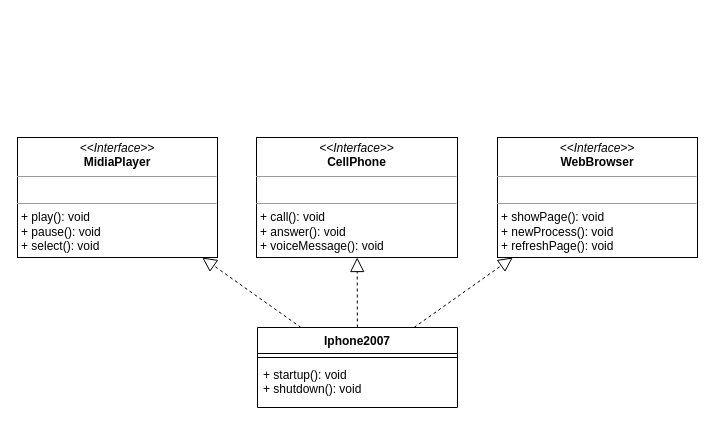
Earlier version of the draw.io diagram iphone2007.drawio (jribas-dev/UML-iphone2007). Source tidied: cells renumbered, new cells numbered last; positions are measured from the earlier drawing's top-left corner, leaving out a move shared by most shapes. Both pictures are drawn from the tidied source at 100%, with x=0, y=0 at pixel (17, 137).
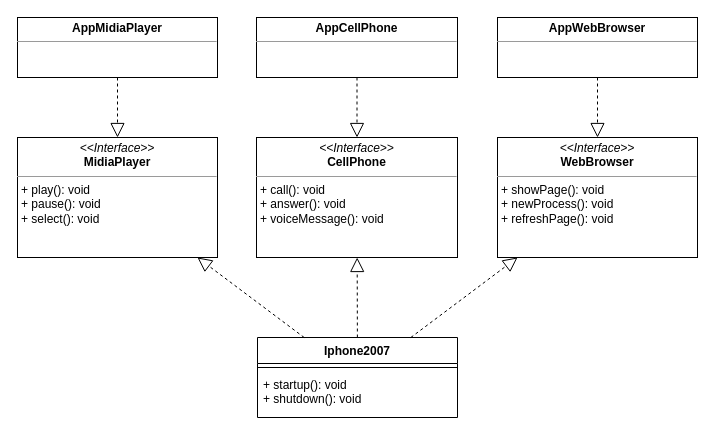
The same diagram, later.

Diff of the diagram source:
```diff
@@
 <mxGraphModel>
   <root>
     <mxCell id="0" />
     <mxCell id="1" parent="0" />
-    <mxCell id="2" value="&lt;p style=&quot;margin:0px;margin-top:4px;text-align:center;&quot;&gt;&lt;i&gt;&amp;lt;&amp;lt;Interface&amp;gt;&amp;gt;&lt;/i&gt;&lt;br&gt;&lt;b&gt;MidiaPlayer&lt;/b&gt;&lt;/p&gt;&lt;hr size=&quot;1&quot;&gt;&lt;p style=&quot;margin:0px;margin-left:4px;&quot;&gt;&lt;br&gt;&lt;/p&gt;&lt;hr size=&quot;1&quot;&gt;&lt;p style=&quot;margin:0px;margin-left:4px;&quot;&gt;+ play(): void&lt;br&gt;+ pause(): void&lt;/p&gt;&lt;p style=&quot;margin:0px;margin-left:4px;&quot;&gt;+ select(): void&lt;/p&gt;" style="verticalAlign=top;align=left;overflow=fill;fontSize=12;fontFamily=Helvetica;html=1;whiteSpace=wrap;" parent="1" vertex="1">
+    <mxCell id="2" value="&lt;p style=&quot;margin:0px;margin-top:4px;text-align:center;&quot;&gt;&lt;i&gt;&amp;lt;&amp;lt;Interface&amp;gt;&amp;gt;&lt;/i&gt;&lt;br&gt;&lt;b&gt;MidiaPlayer&lt;/b&gt;&lt;/p&gt;&lt;hr size=&quot;1&quot;&gt;&lt;p style=&quot;margin:0px;margin-left:4px;&quot;&gt;&lt;/p&gt;&lt;p style=&quot;margin:0px;margin-left:4px;&quot;&gt;+ play(): void&lt;br&gt;+ pause(): void&lt;/p&gt;&lt;p style=&quot;margin:0px;margin-left:4px;&quot;&gt;+ select(): void&lt;/p&gt;" style="verticalAlign=top;align=left;overflow=fill;fontSize=12;fontFamily=Helvetica;html=1;whiteSpace=wrap;" parent="1" vertex="1">
       <mxGeometry width="200" height="120" as="geometry" />
     </mxCell>
-    <mxCell id="3" value="&lt;p style=&quot;margin:0px;margin-top:4px;text-align:center;&quot;&gt;&lt;i&gt;&amp;lt;&amp;lt;Interface&amp;gt;&amp;gt;&lt;/i&gt;&lt;br&gt;&lt;b&gt;CellPhone&lt;/b&gt;&lt;/p&gt;&lt;hr size=&quot;1&quot;&gt;&lt;p style=&quot;margin:0px;margin-left:4px;&quot;&gt;&lt;br&gt;&lt;/p&gt;&lt;hr size=&quot;1&quot;&gt;&lt;p style=&quot;margin:0px;margin-left:4px;&quot;&gt;+ call(): void&lt;br&gt;+ answer(): void&lt;/p&gt;&lt;p style=&quot;margin:0px;margin-left:4px;&quot;&gt;+ voiceMessage(): void&lt;/p&gt;" style="verticalAlign=top;align=left;overflow=fill;fontSize=12;fontFamily=Helvetica;html=1;whiteSpace=wrap;" parent="1" vertex="1">
+    <mxCell id="3" value="&lt;p style=&quot;margin:0px;margin-top:4px;text-align:center;&quot;&gt;&lt;i&gt;&amp;lt;&amp;lt;Interface&amp;gt;&amp;gt;&lt;/i&gt;&lt;br&gt;&lt;b&gt;CellPhone&lt;/b&gt;&lt;/p&gt;&lt;hr size=&quot;1&quot;&gt;&lt;p style=&quot;margin:0px;margin-left:4px;&quot;&gt;&lt;/p&gt;&lt;p style=&quot;margin:0px;margin-left:4px;&quot;&gt;+ call(): void&lt;br&gt;+ answer(): void&lt;/p&gt;&lt;p style=&quot;margin:0px;margin-left:4px;&quot;&gt;+ voiceMessage(): void&lt;/p&gt;" style="verticalAlign=top;align=left;overflow=fill;fontSize=12;fontFamily=Helvetica;html=1;whiteSpace=wrap;" parent="1" vertex="1">
       <mxGeometry x="239" width="201" height="120" as="geometry" />
     </mxCell>
-    <mxCell id="4" value="&lt;p style=&quot;margin:0px;margin-top:4px;text-align:center;&quot;&gt;&lt;i&gt;&amp;lt;&amp;lt;Interface&amp;gt;&amp;gt;&lt;/i&gt;&lt;br&gt;&lt;b&gt;WebBrowser&lt;/b&gt;&lt;/p&gt;&lt;hr size=&quot;1&quot;&gt;&lt;p style=&quot;margin:0px;margin-left:4px;&quot;&gt;&lt;br&gt;&lt;/p&gt;&lt;hr size=&quot;1&quot;&gt;&lt;p style=&quot;margin:0px;margin-left:4px;&quot;&gt;+ showPage(): void&lt;br&gt;+ newProcess(): void&lt;/p&gt;&lt;p style=&quot;margin:0px;margin-left:4px;&quot;&gt;+ refreshPage(): void&lt;/p&gt;" style="verticalAlign=top;align=left;overflow=fill;fontSize=12;fontFamily=Helvetica;html=1;whiteSpace=wrap;" parent="1" vertex="1">
+    <mxCell id="4" value="&lt;p style=&quot;margin:0px;margin-top:4px;text-align:center;&quot;&gt;&lt;i&gt;&amp;lt;&amp;lt;Interface&amp;gt;&amp;gt;&lt;/i&gt;&lt;br&gt;&lt;b&gt;WebBrowser&lt;/b&gt;&lt;/p&gt;&lt;hr size=&quot;1&quot;&gt;&lt;p style=&quot;margin:0px;margin-left:4px;&quot;&gt;&lt;/p&gt;&lt;p style=&quot;margin:0px;margin-left:4px;&quot;&gt;+ showPage(): void&lt;br&gt;+ newProcess(): void&lt;/p&gt;&lt;p style=&quot;margin:0px;margin-left:4px;&quot;&gt;+ refreshPage(): void&lt;/p&gt;" style="verticalAlign=top;align=left;overflow=fill;fontSize=12;fontFamily=Helvetica;html=1;whiteSpace=wrap;" parent="1" vertex="1">
       <mxGeometry x="480" width="200" height="120" as="geometry" />
     </mxCell>
     <mxCell id="5" value="Iphone2007" style="swimlane;fontStyle=1;align=center;verticalAlign=top;horizontal=1;startSize=26;whiteSpace=wrap;html=1;" parent="1" vertex="1">
-      <mxGeometry x="240" y="190" width="200" height="80" as="geometry" />
+      <mxGeometry x="240" y="200" width="200" height="80" as="geometry" />
     </mxCell>
     <mxCell id="6" style="line;strokeWidth=1;fillColor=none;align=left;verticalAlign=middle;spacingTop=-1;spacingLeft=3;spacingRight=3;labelPosition=right;strokeColor=inherit;" parent="5" vertex="1">
       <mxGeometry y="26" width="200" height="8" as="geometry" />
     </mxCell>
     <mxCell id="7" value="+ startup(): void&lt;br&gt;+ shutdown(): void" style="text;strokeColor=none;fillColor=none;align=left;verticalAlign=top;spacingLeft=4;spacingRight=4;overflow=hidden;whiteSpace=wrap;html=1;" parent="5" vertex="1">
       <mxGeometry y="34" width="200" height="46" as="geometry" />
     </mxCell>
     <mxCell id="8" style="endArrow=block;dashed=1;endFill=0;endSize=12;html=1;rounded=0;" parent="1" edge="1" source="5" target="2">
       <mxGeometry relative="1" as="geometry" />
     </mxCell>
     <mxCell id="9" style="endArrow=block;dashed=1;endFill=0;endSize=12;html=1;rounded=0;" parent="1" edge="1" source="5" target="3">
       <mxGeometry relative="1" as="geometry" />
     </mxCell>
     <mxCell id="10" style="endArrow=block;dashed=1;endFill=0;endSize=12;html=1;rounded=0;" parent="1" edge="1" source="5" target="4">
       <mxGeometry relative="1" as="geometry" />
     </mxCell>
+    <mxCell id="11" value="&lt;p style=&quot;margin:0px;margin-top:4px;text-align:center;&quot;&gt;&lt;b&gt;AppMidiaPlayer&lt;/b&gt;&lt;/p&gt;&lt;hr size=&quot;1&quot;&gt;&lt;div style=&quot;height:2px;&quot;&gt;&lt;/div&gt;" style="verticalAlign=top;align=left;overflow=fill;fontSize=12;fontFamily=Helvetica;html=1;whiteSpace=wrap;" parent="1" vertex="1">
+      <mxGeometry y="-120" width="200" height="60" as="geometry" />
+    </mxCell>
+    <mxCell id="12" value="&lt;p style=&quot;margin:0px;margin-top:4px;text-align:center;&quot;&gt;&lt;b&gt;AppCellPhone&lt;/b&gt;&lt;/p&gt;&lt;hr size=&quot;1&quot;&gt;&lt;div style=&quot;height:2px;&quot;&gt;&lt;/div&gt;" style="verticalAlign=top;align=left;overflow=fill;fontSize=12;fontFamily=Helvetica;html=1;whiteSpace=wrap;" parent="1" vertex="1">
+      <mxGeometry x="239" y="-120" width="201" height="60" as="geometry" />
+    </mxCell>
+    <mxCell id="13" value="&lt;p style=&quot;margin:0px;margin-top:4px;text-align:center;&quot;&gt;&lt;b&gt;AppWebBrowser&lt;/b&gt;&lt;/p&gt;&lt;hr size=&quot;1&quot;&gt;&lt;div style=&quot;height:2px;&quot;&gt;&lt;/div&gt;" style="verticalAlign=top;align=left;overflow=fill;fontSize=12;fontFamily=Helvetica;html=1;whiteSpace=wrap;" parent="1" vertex="1">
+      <mxGeometry x="480" y="-120" width="200" height="60" as="geometry" />
+    </mxCell>
+    <mxCell id="14" style="endArrow=block;dashed=1;endFill=0;endSize=12;html=1;rounded=0;" parent="1" edge="1" source="11" target="2">
+      <mxGeometry relative="1" as="geometry" />
+    </mxCell>
+    <mxCell id="15" style="endArrow=block;dashed=1;endFill=0;endSize=12;html=1;rounded=0;" parent="1" edge="1" source="12" target="3">
+      <mxGeometry relative="1" as="geometry" />
+    </mxCell>
+    <mxCell id="16" style="endArrow=block;dashed=1;endFill=0;endSize=12;html=1;rounded=0;" parent="1" edge="1" source="13" target="4">
+      <mxGeometry relative="1" as="geometry" />
+    </mxCell>
   </root>
 </mxGraphModel>
```
